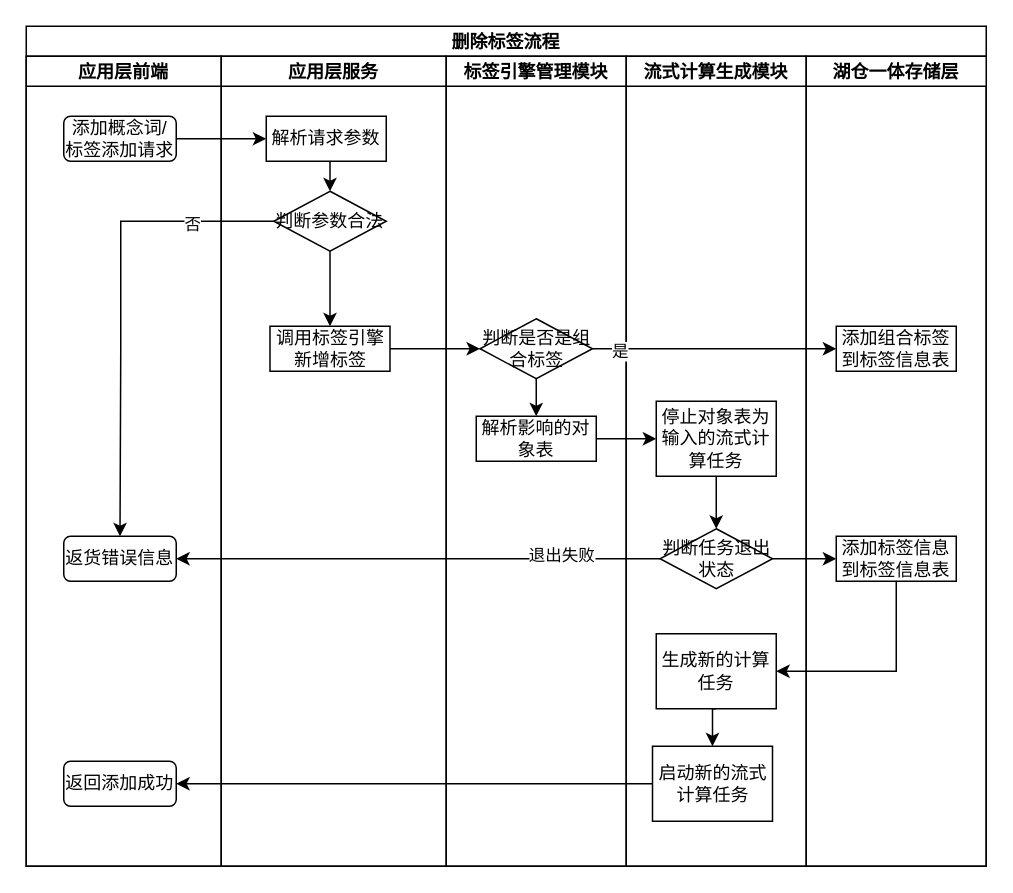
Earlier version of the draw.io diagram tupian/删除标签.drawio (JJFatherL/biyesheji). Source tidied: cells renumbered, new cells numbered last; positions are measured from the earlier drawing's top-left corner, leaving out a move shared by most shapes. Both pictures are drawn from the tidied source at 150%, with x=0, y=0 at pixel (26, 26).
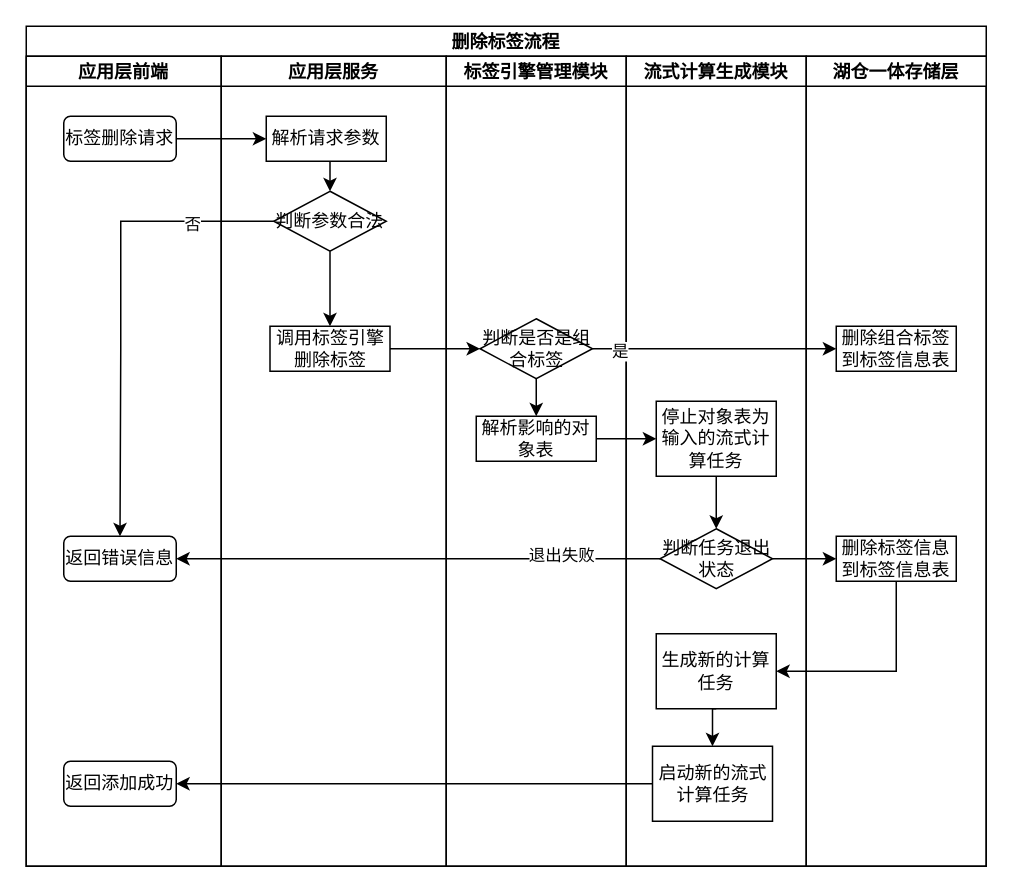
The same page after the edit.

Commit message (it also covers changes not shown here):
更新删除标签.drawio

Unchanged cells that the change refers to:
```xml
<mxCell id="3" value="应用层前端" style="swimlane;startSize=20;" parent="2" vertex="1">
  <mxGeometry y="20" width="130" height="540" as="geometry" />
</mxCell>
<mxCell id="7" value="应用层服务" style="swimlane;startSize=20;" parent="2" vertex="1">
  <mxGeometry x="130" y="20" width="150" height="540" as="geometry" />
</mxCell>
<mxCell id="28" value="湖仓一体存储层" style="swimlane;startSize=20;" parent="2" vertex="1">
  <mxGeometry x="520" y="20" width="120" height="540" as="geometry" />
</mxCell>
```

Diff of the diagram source:
```diff
@@
-    <mxCell id="4" value="添加概念词/标签添加请求" style="rounded=1;whiteSpace=wrap;html=1;" parent="3" vertex="1">
+    <mxCell id="4" value="标签删除请求" style="rounded=1;whiteSpace=wrap;html=1;" parent="3" vertex="1">
       <mxGeometry x="25" y="40" width="75" height="30" as="geometry" />
     </mxCell>
-    <mxCell id="5" value="返货错误信息" style="rounded=1;whiteSpace=wrap;html=1;" parent="3" vertex="1">
+    <mxCell id="5" value="返回错误信息" style="rounded=1;whiteSpace=wrap;html=1;" parent="3" vertex="1">
       <mxGeometry x="25" y="320" width="75" height="30" as="geometry" />
     </mxCell>
@@
-    <mxCell id="12" value="调用标签引擎新增标签" style="rounded=0;whiteSpace=wrap;html=1;" parent="7" vertex="1">
+    <mxCell id="12" value="调用标签引擎删除标签" style="rounded=0;whiteSpace=wrap;html=1;" parent="7" vertex="1">
       <mxGeometry x="32.5" y="180" width="80" height="30" as="geometry" />
     </mxCell>
@@
-    <mxCell id="29" value="添加组合标签到标签信息表" style="rounded=0;whiteSpace=wrap;html=1;" parent="28" vertex="1">
+    <mxCell id="29" value="删除组合标签到标签信息表" style="rounded=0;whiteSpace=wrap;html=1;" parent="28" vertex="1">
       <mxGeometry x="20" y="180" width="80" height="30" as="geometry" />
     </mxCell>
-    <mxCell id="30" value="添加标签信息到标签信息表" style="rounded=0;whiteSpace=wrap;html=1;" parent="28" vertex="1">
+    <mxCell id="30" value="删除标签信息到标签信息表" style="rounded=0;whiteSpace=wrap;html=1;" parent="28" vertex="1">
       <mxGeometry x="20" y="320" width="80" height="30" as="geometry" />
     </mxCell>
```
